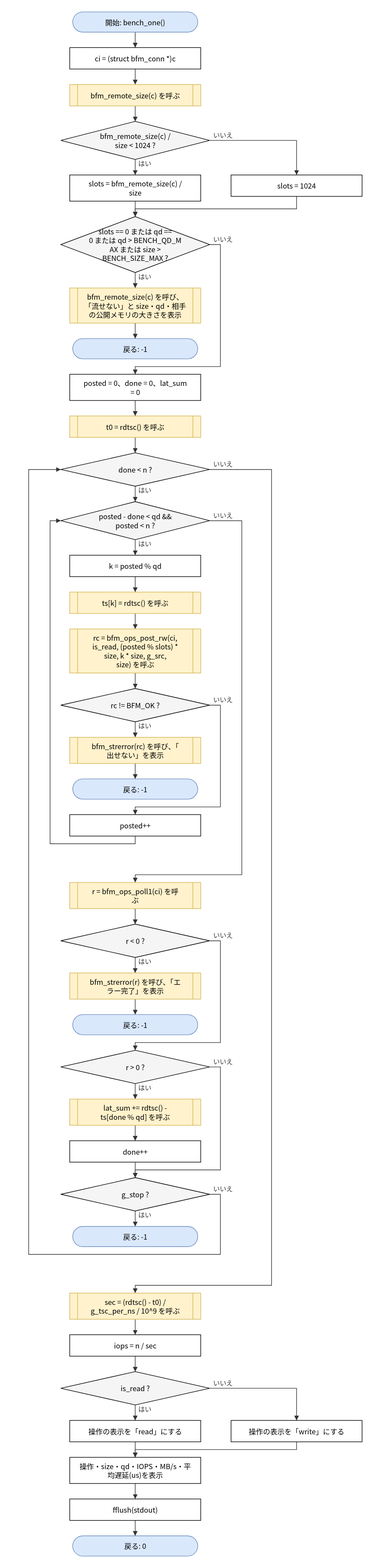
Earlier version of the draw.io export doc/spec/images/flow_test_bfm_test-bench_one.drawio.svg (hf355051012-ai/bfmem). Source tidied: cells renumbered, new cells last; positions are measured from the earlier drawing's top-left corner, leaving out a move shared by most shapes.
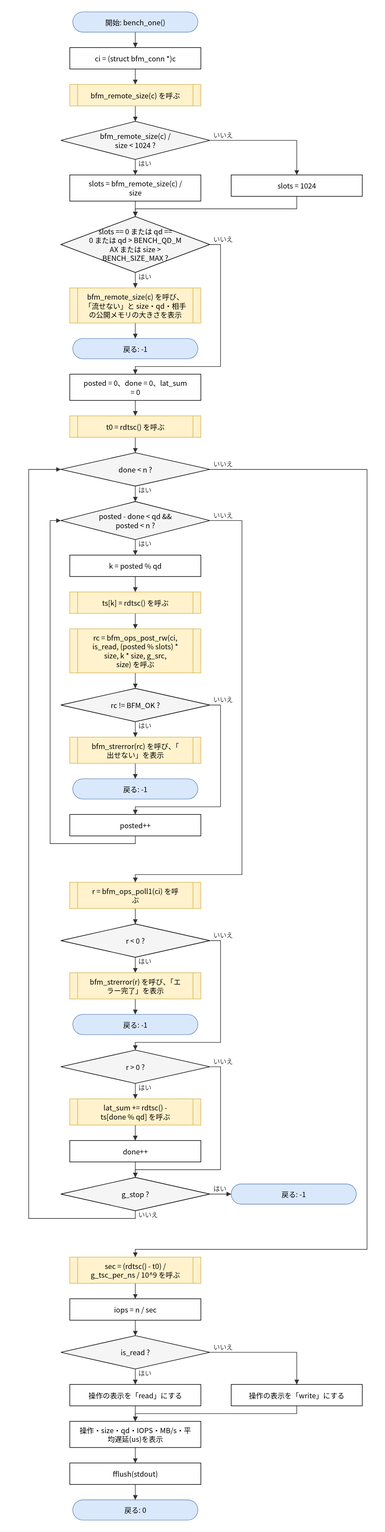
After the commit.

Diff of the diagram source:
```diff
@@ -87,31 +87,31 @@
       <mxGeometry x="54" y="1959" width="250" height="56" as="geometry" />
     </mxCell>
     <mxCell id="30" value="戻る: -1" style="rounded=1;arcSize=50;whiteSpace=wrap;html=1;fillColor=#dae8fc;strokeColor=#6c8ebf;" parent="1" vertex="1">
-      <mxGeometry x="74" y="2041" width="210" height="34" as="geometry" />
+      <mxGeometry x="340" y="1970" width="210" height="34" as="geometry" />
     </mxCell>
     <mxCell id="31" value="sec = (rdtsc() - t0) /&lt;br&gt;g_tsc_per_ns / 10^9 を呼ぶ" style="shape=process;whiteSpace=wrap;html=1;backgroundOutline=1;size=0.06;fillColor=#fff2cc;strokeColor=#d6b656;" parent="1" vertex="1">
-      <mxGeometry x="69" y="2153" width="220" height="44" as="geometry" />
+      <mxGeometry x="69" y="2093" width="220" height="44" as="geometry" />
     </mxCell>
     <mxCell id="32" value="iops = n / sec" style="rounded=0;whiteSpace=wrap;html=1;" parent="1" vertex="1">
-      <mxGeometry x="69" y="2223" width="220" height="36" as="geometry" />
+      <mxGeometry x="69" y="2163" width="220" height="36" as="geometry" />
     </mxCell>
     <mxCell id="33" value="is_read ?" style="rhombus;whiteSpace=wrap;html=1;fillColor=#f5f5f5;" parent="1" vertex="1">
-      <mxGeometry x="54" y="2285" width="250" height="56" as="geometry" />
+      <mxGeometry x="54" y="2225" width="250" height="56" as="geometry" />
     </mxCell>
     <mxCell id="34" value="操作の表示を「read」にする" style="rounded=0;whiteSpace=wrap;html=1;" parent="1" vertex="1">
-      <mxGeometry x="69" y="2367" width="220" height="36" as="geometry" />
+      <mxGeometry x="69" y="2307" width="220" height="36" as="geometry" />
     </mxCell>
     <mxCell id="35" value="操作の表示を「write」にする" style="rounded=0;whiteSpace=wrap;html=1;" parent="1" vertex="1">
-      <mxGeometry x="340" y="2367" width="220" height="36" as="geometry" />
+      <mxGeometry x="340" y="2307" width="220" height="36" as="geometry" />
     </mxCell>
     <mxCell id="36" value="操作・size・qd・IOPS・MB/s・平&lt;br&gt;均遅延(us)を表示" style="rounded=0;whiteSpace=wrap;html=1;" parent="1" vertex="1">
-      <mxGeometry x="69" y="2429" width="220" height="44" as="geometry" />
+      <mxGeometry x="69" y="2369" width="220" height="44" as="geometry" />
     </mxCell>
     <mxCell id="37" value="fflush(stdout)" style="rounded=0;whiteSpace=wrap;html=1;" parent="1" vertex="1">
-      <mxGeometry x="69" y="2499" width="220" height="36" as="geometry" />
+      <mxGeometry x="69" y="2439" width="220" height="36" as="geometry" />
     </mxCell>
     <mxCell id="38" value="戻る: 0" style="rounded=1;arcSize=50;whiteSpace=wrap;html=1;fillColor=#dae8fc;strokeColor=#6c8ebf;" parent="1" vertex="1">
-      <mxGeometry x="74" y="2561" width="210" height="34" as="geometry" />
+      <mxGeometry x="74" y="2501" width="210" height="34" as="geometry" />
     </mxCell>
     <mxCell id="39" style="edgeStyle=none;html=1;rounded=0;endArrow=block;endFill=1;exitX=0.5000;exitY=1.0000;exitDx=0;exitDy=0;exitPerimeter=0;entryX=0.5000;entryY=0.0000;entryDx=0;entryDy=0;entryPerimeter=0;" parent="1" edge="1" source="2" target="3">
       <mxGeometry relative="1" as="geometry" />
@@ -248,15 +248,14 @@
         </Array>
       </mxGeometry>
     </mxCell>
-    <mxCell id="69" value="はい" style="edgeStyle=none;html=1;rounded=0;endArrow=block;endFill=1;exitX=0.5000;exitY=1.0000;exitDx=0;exitDy=0;exitPerimeter=0;entryX=0.5000;entryY=0.0000;entryDx=0;entryDy=0;entryPerimeter=0;" parent="1" edge="1" source="29" target="30">
+    <mxCell id="69" value="はい" style="edgeStyle=none;html=1;rounded=0;endArrow=block;endFill=1;exitX=1.0000;exitY=0.5000;exitDx=0;exitDy=0;exitPerimeter=0;entryX=0.0000;entryY=0.5000;entryDx=0;entryDy=0;entryPerimeter=0;" parent="1" edge="1" source="29" target="30">
       <mxGeometry relative="1" as="geometry" />
     </mxCell>
-    <mxCell id="70" value="いいえ" style="edgeStyle=none;html=1;rounded=0;endArrow=block;endFill=1;exitX=1.0000;exitY=0.5000;exitDx=0;exitDy=0;exitPerimeter=0;entryX=0.0000;entryY=0.5000;entryDx=0;entryDy=0;entryPerimeter=0;" parent="1" edge="1" source="29" target="13">
+    <mxCell id="70" value="いいえ" style="edgeStyle=none;html=1;rounded=0;endArrow=block;endFill=1;exitX=0.5000;exitY=1.0000;exitDx=0;exitDy=0;exitPerimeter=0;entryX=0.0000;entryY=0.5000;entryDx=0;entryDy=0;entryPerimeter=0;" parent="1" edge="1" source="29" target="13">
       <mxGeometry relative="1" as="geometry">
         <Array as="points">
-          <mxPoint x="322" y="1987" />
-          <mxPoint x="322" y="2088" />
-          <mxPoint y="2088" />
+          <mxPoint x="179" y="2028" />
+          <mxPoint y="2028" />
           <mxPoint y="769" />
         </Array>
       </mxGeometry>
@@ -264,9 +263,9 @@
     <mxCell id="71" value="いいえ" style="edgeStyle=none;html=1;rounded=0;endArrow=block;endFill=1;exitX=1.0000;exitY=0.5000;exitDx=0;exitDy=0;exitPerimeter=0;entryX=0.5000;entryY=0.0000;entryDx=0;entryDy=0;entryPerimeter=0;" parent="1" edge="1" source="13" target="31">
       <mxGeometry relative="1" as="geometry">
         <Array as="points">
-          <mxPoint x="408" y="769" />
-          <mxPoint x="408" y="2140" />
-          <mxPoint x="179" y="2140" />
+          <mxPoint x="568" y="769" />
+          <mxPoint x="568" y="2080" />
+          <mxPoint x="179" y="2080" />
         </Array>
       </mxGeometry>
     </mxCell>
@@ -282,7 +281,7 @@
     <mxCell id="75" value="いいえ" style="edgeStyle=none;html=1;rounded=0;endArrow=block;endFill=1;exitX=1.0000;exitY=0.5000;exitDx=0;exitDy=0;exitPerimeter=0;entryX=0.5000;entryY=0.0000;entryDx=0;entryDy=0;entryPerimeter=0;" parent="1" edge="1" source="33" target="35">
       <mxGeometry relative="1" as="geometry">
         <Array as="points">
-          <mxPoint x="450" y="2313" />
+          <mxPoint x="450" y="2253" />
         </Array>
       </mxGeometry>
     </mxCell>
@@ -292,8 +291,8 @@
     <mxCell id="77" style="edgeStyle=none;html=1;rounded=0;endArrow=block;endFill=1;exitX=0.5000;exitY=1.0000;exitDx=0;exitDy=0;exitPerimeter=0;entryX=0.5000;entryY=0.0000;entryDx=0;entryDy=0;entryPerimeter=0;" parent="1" edge="1" source="35" target="36">
       <mxGeometry relative="1" as="geometry">
         <Array as="points">
-          <mxPoint x="450" y="2416" />
-          <mxPoint x="179" y="2416" />
+          <mxPoint x="450" y="2356" />
+          <mxPoint x="179" y="2356" />
         </Array>
       </mxGeometry>
     </mxCell>
```
